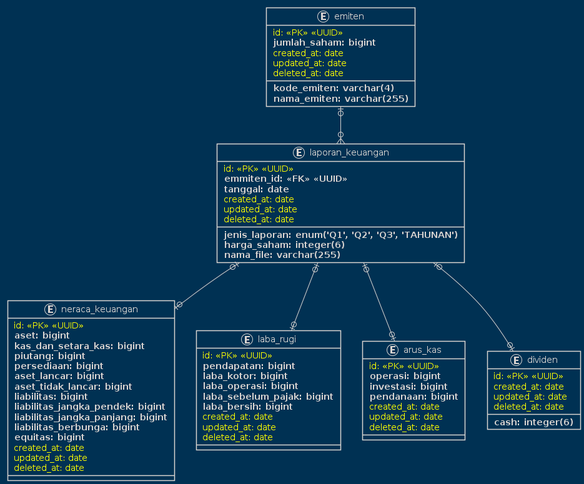
Above: erd-laporan-keuangan/laporan_emiten.png in lukmanharun1/laporan_keuangan (PlantUML), before the change. The source it was exported from:
```plantuml
@startuml laporan_emiten

!theme blueprint
  entity neraca_keuangan {
    <color:yellow> id: <<PK>> <<UUID>></color>
    ** aset: bigint **
    ** kas_dan_setara_kas: bigint **
    ** piutang: bigint **
    ** persediaan: bigint **
    ** aset_lancar: bigint **
    ** aset_tidak_lancar: bigint **
    ** liabilitas: bigint **
    ** liabilitas_jangka_pendek: bigint **
    ** liabilitas_jangka_panjang: bigint **
    ** liabilitas_berbunga: bigint **
    ** equitas: bigint **
    <color:yellow> created_at: date</color>
    <color:yellow> updated_at: date</color>
    <color:yellow> deleted_at: date</color>
  }

  entity laba_rugi {
    <color:yellow> id: <<PK>> <<UUID>></color>
    ** pendapatan: bigint **
    ** laba_kotor: bigint **
    ** laba_operasi: bigint **
    ** laba_sebelum_pajak: bigint **
    ** laba_bersih: bigint **
    <color:yellow> created_at: date</color>
    <color:yellow> updated_at: date</color>
    <color:yellow> deleted_at: date</color>
  }

  entity arus_kas {
    <color:yellow> id: <<PK>> <<UUID>></color>
    ** operasi: bigint **
    ** investasi: bigint **
    ** pendanaan: bigint **
    <color:yellow> created_at: date</color>
    <color:yellow> updated_at: date</color>
    <color:yellow> deleted_at: date</color>
  }

  entity emiten {
    <color:yellow> id: <<PK>> <<UUID>></color>
    ** kode_emiten: varchar(4) **
    ** nama_emiten: varchar(255) **
    ** jumlah_saham: bigint **
    <color:yellow> created_at: date</color>
    <color:yellow> updated_at: date</color>
    <color:yellow> deleted_at: date</color>
  }

  entity dividen {
    <color:yellow> id: <<PK>> <<UUID>></color>
    ** cash: integer(6) **
    <color:yellow> created_at: date</color>
    <color:yellow> updated_at: date</color>
    <color:yellow> deleted_at: date</color>
  }
  entity laporan_keuangan {
    <color:yellow> id: <<PK>> <<UUID>></color>
    ** emmiten_id: <<FK>> <<UUID>> **
    ** jenis_laporan: enum('Q1', 'Q2', 'Q3', 'TAHUNAN') **
    ** tanggal: date **
    ** harga_saham: integer(6) **
    ** nama_file: varchar(255) **
    <color:yellow> created_at: date</color>
    <color:yellow> updated_at: date</color>
    <color:yellow> deleted_at: date</color>
  }
  emiten |o--o{ laporan_keuangan
  laporan_keuangan |o--o| neraca_keuangan
  laporan_keuangan |o--o| laba_rugi
  laporan_keuangan |o--o| arus_kas
  laporan_keuangan |o--o| dividen
@enduml
```
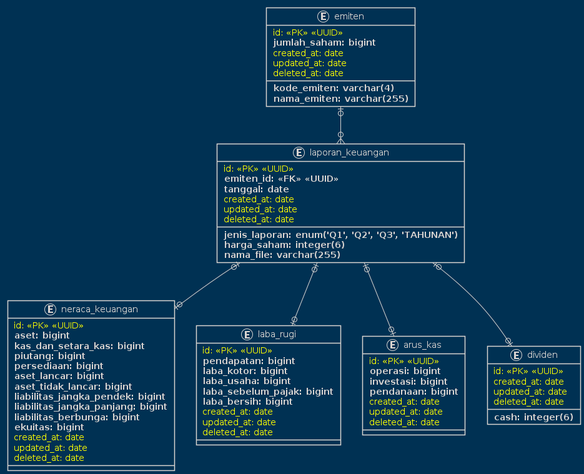
After the change.

Commit message:
membuat table emiten, laporan_keuangan, neraca_keuangan, laba_rugi, arus_kas, divide

What changed in the source:
```diff
@@ -9,11 +9,10 @@
     ** persediaan: bigint **
     ** aset_lancar: bigint **
     ** aset_tidak_lancar: bigint **
-    ** liabilitas: bigint **
     ** liabilitas_jangka_pendek: bigint **
     ** liabilitas_jangka_panjang: bigint **
     ** liabilitas_berbunga: bigint **
-    ** equitas: bigint **
+    ** ekuitas: bigint **
     <color:yellow> created_at: date</color>
     <color:yellow> updated_at: date</color>
     <color:yellow> deleted_at: date</color>
@@ -23,7 +22,7 @@
     <color:yellow> id: <<PK>> <<UUID>></color>
     ** pendapatan: bigint **
     ** laba_kotor: bigint **
-    ** laba_operasi: bigint **
+    ** laba_usaha: bigint **
     ** laba_sebelum_pajak: bigint **
     ** laba_bersih: bigint **
     <color:yellow> created_at: date</color>
@@ -60,7 +59,7 @@
   }
   entity laporan_keuangan {
     <color:yellow> id: <<PK>> <<UUID>></color>
-    ** emmiten_id: <<FK>> <<UUID>> **
+    ** emiten_id: <<FK>> <<UUID>> **
     ** jenis_laporan: enum('Q1', 'Q2', 'Q3', 'TAHUNAN') **
     ** tanggal: date **
     ** harga_saham: integer(6) **
```
